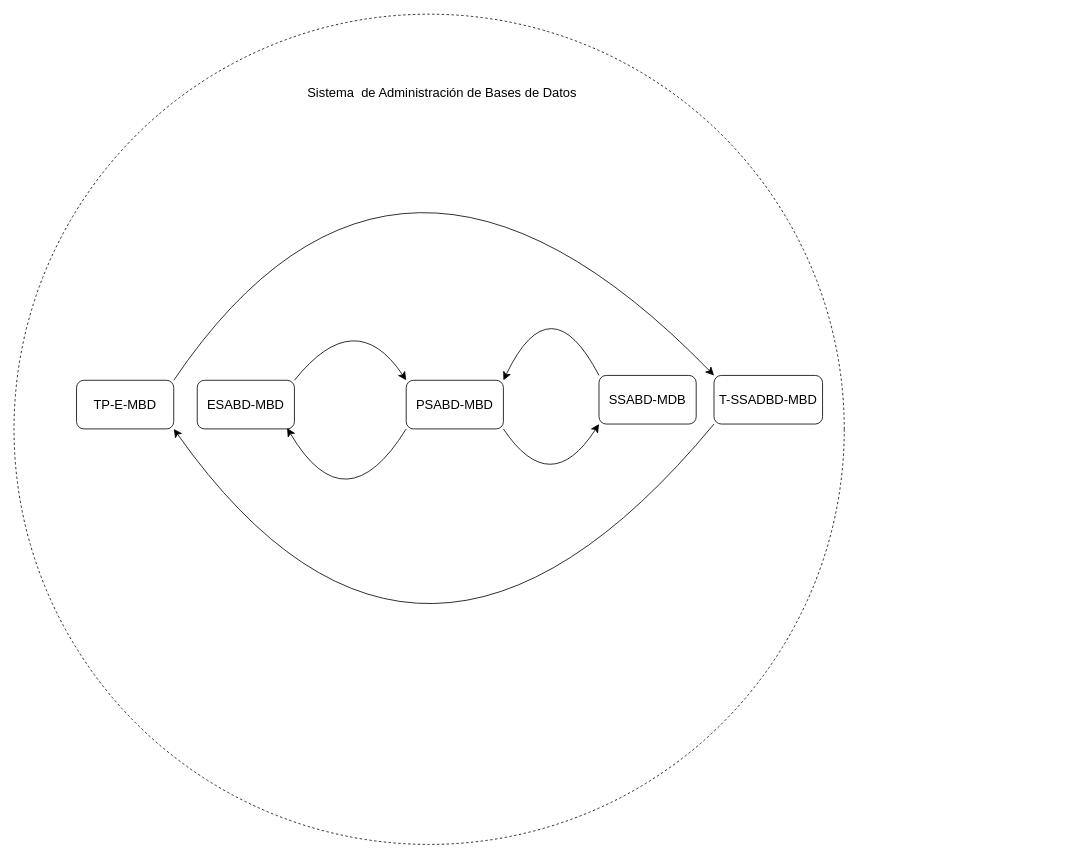
Before: page "Página-2" (2 of 2) of Examen1MV.drawio in EstebanGitPro/AdminFinanazas, a draw.io diagram. Source tidied: cells renumbered, new cells numbered last; positions are measured from the earlier drawing's top-left corner, leaving out a move shared by most shapes. Both pictures are drawn from the tidied source at 81%, with x=0, y=0 at pixel (14, 14).
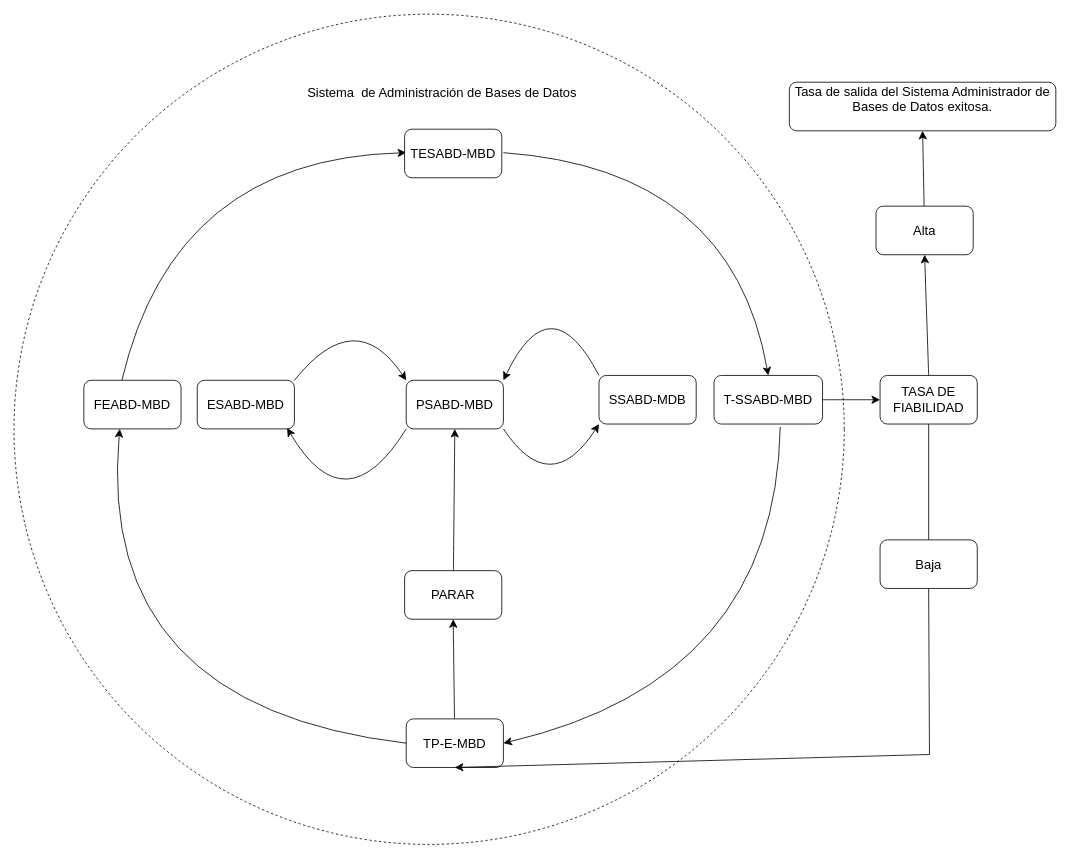
Above is the later version.

The change refers to these unchanged cells:
```xml
<mxCell id="4" value="PSABD-MBD" style="rounded=1;whiteSpace=wrap;html=1;fontSize=16;" parent="1" vertex="1">
  <mxGeometry x="484" y="452" width="120" height="60" as="geometry" />
</mxCell>
```

The edit, as a diff of the source:
```diff
@@
+    <mxCell id="15" style="edgeStyle=none;curved=1;rounded=0;jettySize=auto;html=1;entryX=0.5;entryY=1;entryDx=0;entryDy=0;fontSize=12;startSize=8;endSize=8;" parent="1" edge="1" source="10" target="26">
+      <mxGeometry relative="1" as="geometry" />
+    </mxCell>
     <mxCell id="10" value="TP-E-MBD" style="rounded=1;whiteSpace=wrap;html=1;fontSize=16;" parent="1" vertex="1">
-      <mxGeometry x="77" y="452" width="120" height="60" as="geometry" />
+      <mxGeometry x="484" y="870" width="120" height="60" as="geometry" />
     </mxCell>
+    <mxCell id="16" style="edgeStyle=none;curved=1;rounded=0;jettySize=auto;html=1;entryX=0;entryY=0.5;entryDx=0;entryDy=0;fontSize=12;startSize=8;endSize=8;" parent="1" edge="1" source="11" target="24">
+      <mxGeometry relative="1" as="geometry" />
+    </mxCell>
-    <mxCell id="11" value="T-SSADBD-MBD" style="rounded=1;whiteSpace=wrap;html=1;fontSize=16;" parent="1" vertex="1">
+    <mxCell id="11" value="T-SSABD-MBD" style="rounded=1;whiteSpace=wrap;html=1;fontSize=16;" parent="1" vertex="1">
       <mxGeometry x="864" y="446" width="134" height="60" as="geometry" />
     </mxCell>
+    <mxCell id="14" value="Sistema&amp;nbsp; de Administración de Bases de Datos" style="text;html=1;strokeColor=none;fillColor=none;align=center;verticalAlign=middle;whiteSpace=wrap;rounded=0;fontSize=16;" parent="1" vertex="1">
+      <mxGeometry x="346" y="84" width="364.5" height="25" as="geometry" />
+    </mxCell>
+    <mxCell id="17" style="endArrow=classic;html=1;rounded=0;fontSize=12;startSize=8;endSize=8;curved=1;entryX=0;entryY=0.5;entryDx=0;entryDy=0;exitX=0.5;exitY=0;exitDx=0;exitDy=0;" parent="1" edge="1">
+      <mxGeometry relative="1" as="geometry">
+        <mxPoint x="133" y="452" as="sourcePoint" />
+        <mxPoint x="484" y="171" as="targetPoint" />
+        <Array as="points">
+          <mxPoint x="197" y="179" />
+        </Array>
+      </mxGeometry>
+    </mxCell>
+    <mxCell id="18" style="endArrow=classic;html=1;rounded=0;fontSize=12;startSize=8;endSize=8;curved=1;entryX=0.5;entryY=0;entryDx=0;entryDy=0;exitX=1;exitY=0.5;exitDx=0;exitDy=0;" parent="1" edge="1" target="11">
+      <mxGeometry relative="1" as="geometry">
+        <mxPoint x="604" y="171" as="sourcePoint" />
+        <Array as="points">
+          <mxPoint x="886" y="191" />
+        </Array>
+      </mxGeometry>
+    </mxCell>
-    <mxCell id="12" style="endArrow=classic;html=1;rounded=0;fontSize=12;startSize=8;endSize=8;curved=1;entryX=1;entryY=1;entryDx=0;entryDy=0;exitX=0;exitY=1;exitDx=0;exitDy=0;" parent="1" edge="1" source="11" target="10">
+    <mxCell id="12" style="endArrow=classic;html=1;rounded=0;fontSize=12;startSize=8;endSize=8;curved=1;entryX=1;entryY=0.5;entryDx=0;entryDy=0;exitX=0.61;exitY=1.061;exitDx=0;exitDy=0;exitPerimeter=0;" parent="1" edge="1" source="11" target="10">
       <mxGeometry relative="1" as="geometry">
         <Array as="points">
-          <mxPoint x="502" y="943" />
+          <mxPoint x="940" y="821" />
         </Array>
       </mxGeometry>
     </mxCell>
-    <mxCell id="13" style="endArrow=classic;html=1;rounded=0;fontSize=12;startSize=8;endSize=8;curved=1;entryX=0;entryY=0;entryDx=0;entryDy=0;exitX=1;exitY=0;exitDx=0;exitDy=0;" parent="1" edge="1" source="10" target="11">
-      <mxGeometry relative="1" as="geometry">
-        <Array as="points">
-          <mxPoint x="473" y="44" />
-        </Array>
-      </mxGeometry>
-    </mxCell>
-    <mxCell id="14" value="Sistema&amp;nbsp; de Administración de Bases de Datos" style="text;html=1;strokeColor=none;fillColor=none;align=center;verticalAlign=middle;whiteSpace=wrap;rounded=0;fontSize=16;" parent="1" vertex="1">
-      <mxGeometry x="346" y="84" width="364.5" height="25" as="geometry" />
-    </mxCell>
+    <mxCell id="19" style="endArrow=classic;html=1;rounded=0;fontSize=12;startSize=8;endSize=8;curved=1;exitX=0;exitY=0.5;exitDx=0;exitDy=0;" parent="1" edge="1" source="10">
+      <mxGeometry relative="1" as="geometry">
+        <mxPoint x="130.3" y="512" as="targetPoint" />
+        <Array as="points">
+          <mxPoint x="100" y="855" />
+        </Array>
+      </mxGeometry>
+    </mxCell>
+    <mxCell id="20" value="FEABD-MBD" style="rounded=1;whiteSpace=wrap;html=1;fontSize=16;" parent="1" vertex="1">
+      <mxGeometry x="86" y="452" width="120" height="60" as="geometry" />
+    </mxCell>
+    <mxCell id="21" value="TESABD-MBD" style="rounded=1;whiteSpace=wrap;html=1;fontSize=16;" parent="1" vertex="1">
+      <mxGeometry x="482" y="142" width="120" height="60" as="geometry" />
+    </mxCell>
+    <mxCell id="22" style="edgeStyle=none;rounded=0;jettySize=auto;html=1;exitX=0.5;exitY=1;exitDx=0;exitDy=0;entryX=0.5;entryY=1;entryDx=0;entryDy=0;fontSize=12;startSize=8;endSize=8;" parent="1" edge="1" source="28" target="10">
+      <mxGeometry relative="1" as="geometry">
+        <Array as="points">
+          <mxPoint x="1130" y="914" />
+        </Array>
+      </mxGeometry>
+    </mxCell>
+    <mxCell id="23" style="edgeStyle=none;curved=1;rounded=0;jettySize=auto;html=1;exitX=0.5;exitY=0;exitDx=0;exitDy=0;entryX=0.5;entryY=1;entryDx=0;entryDy=0;fontSize=12;startSize=8;endSize=8;" parent="1" edge="1" source="24" target="30">
+      <mxGeometry relative="1" as="geometry" />
+    </mxCell>
+    <mxCell id="24" value="TASA DE FIABILIDAD" style="rounded=1;whiteSpace=wrap;html=1;fontSize=16;" parent="1" vertex="1">
+      <mxGeometry x="1069" y="446" width="120" height="60" as="geometry" />
+    </mxCell>
+    <mxCell id="25" style="edgeStyle=none;curved=1;rounded=0;jettySize=auto;html=1;entryX=0.5;entryY=1;entryDx=0;entryDy=0;fontSize=12;startSize=8;endSize=8;" parent="1" edge="1" source="26" target="4">
+      <mxGeometry relative="1" as="geometry" />
+    </mxCell>
+    <mxCell id="26" value="PARAR" style="rounded=1;whiteSpace=wrap;html=1;fontSize=16;" parent="1" vertex="1">
+      <mxGeometry x="482" y="687" width="120" height="60" as="geometry" />
+    </mxCell>
+    <mxCell id="27" style="edgeStyle=none;rounded=0;jettySize=auto;html=1;exitX=0.5;exitY=1;exitDx=0;exitDy=0;entryX=0.5;entryY=1;entryDx=0;entryDy=0;fontSize=12;startSize=8;endSize=8;" parent="1" edge="1" source="24" target="28">
+      <mxGeometry relative="1" as="geometry" />
+    </mxCell>
+    <mxCell id="28" value="Baja" style="rounded=1;whiteSpace=wrap;html=1;fontSize=16;" parent="1" vertex="1">
+      <mxGeometry x="1069" y="649" width="120" height="60" as="geometry" />
+    </mxCell>
+    <mxCell id="29" style="edgeStyle=none;curved=1;rounded=0;jettySize=auto;html=1;entryX=0.5;entryY=1;entryDx=0;entryDy=0;fontSize=12;startSize=8;endSize=8;" parent="1" edge="1" source="30" target="31">
+      <mxGeometry relative="1" as="geometry" />
+    </mxCell>
+    <mxCell id="30" value="Alta" style="rounded=1;whiteSpace=wrap;html=1;fontSize=16;" parent="1" vertex="1">
+      <mxGeometry x="1064" y="237" width="120" height="60" as="geometry" />
+    </mxCell>
+    <mxCell id="31" value="Tasa de salida del Sistema Administrador de Bases de Datos exitosa.&lt;br&gt;&amp;nbsp;" style="rounded=1;whiteSpace=wrap;html=1;fontSize=16;" parent="1" vertex="1">
+      <mxGeometry x="957" y="84" width="329" height="60" as="geometry" />
+    </mxCell>
```
